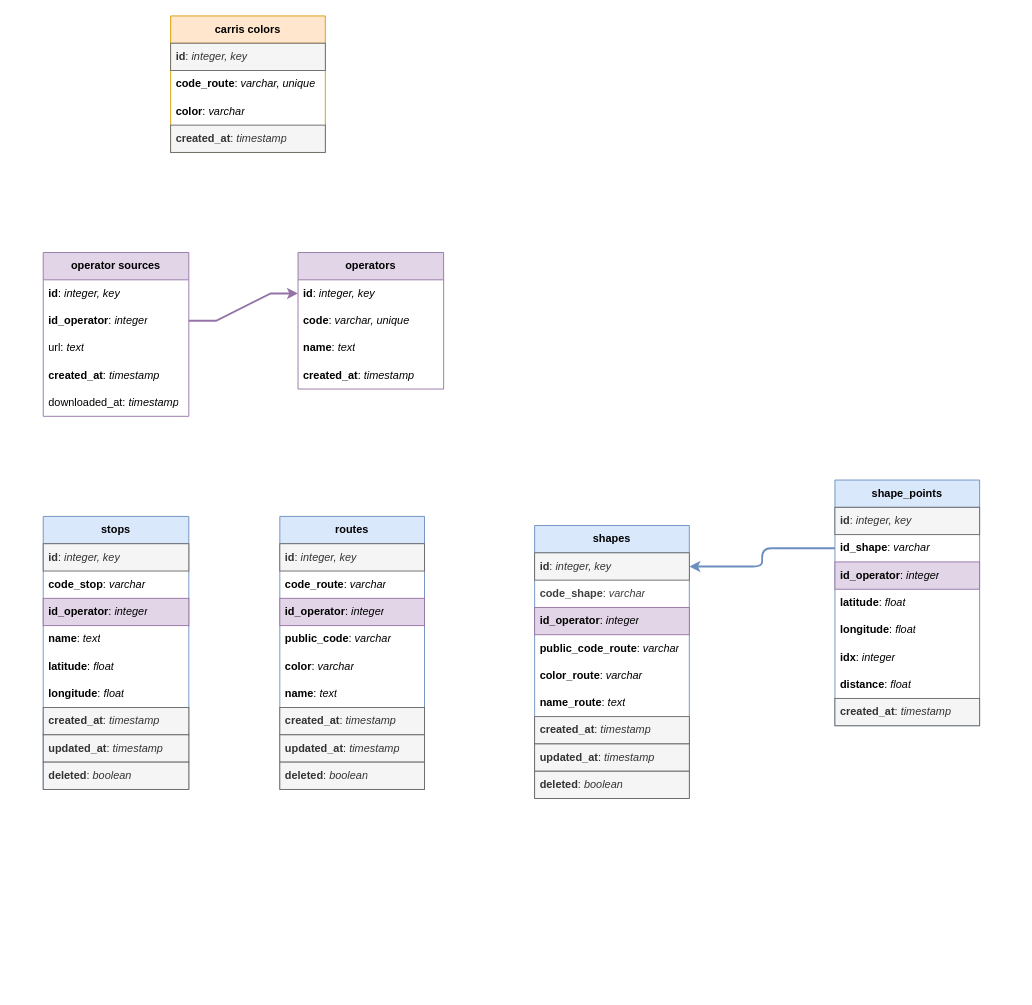
The draw.io diagram page "A Base de Dados" (3 of 3) of gtfs_diagram.drawio in TijoloAzul/TransportesPublicosPortugueses, before the edit. Source tidied: cells renumbered, new cells numbered last; positions are measured from the earlier drawing's top-left corner, leaving out a move shared by most shapes. Both pictures are drawn from the tidied source at 91%, with x=0, y=0 at pixel (43, 15).
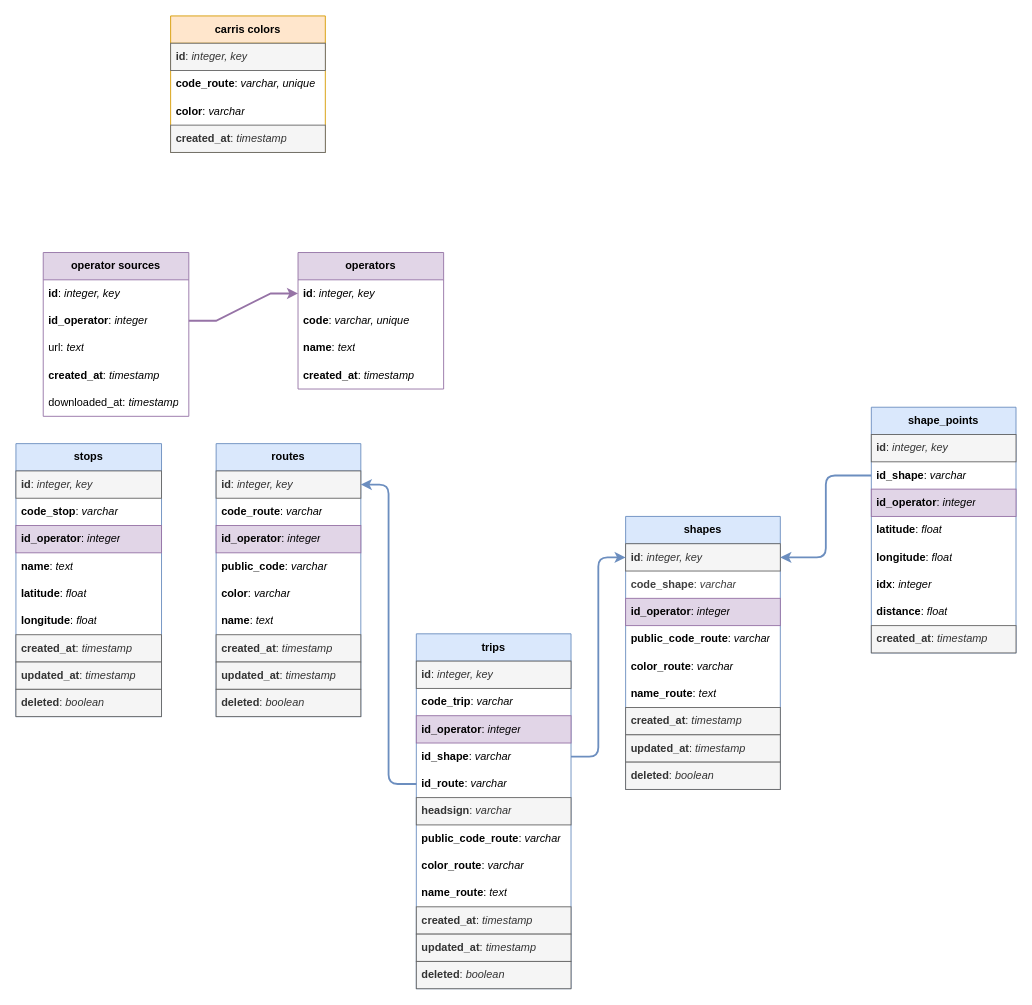
Above is the later version.

Unchanged cells that the change refers to:
```xml
<mxCell id="15" value="&lt;b&gt;id&lt;/b&gt;:&amp;nbsp;&lt;i&gt;integer, key&lt;/i&gt;" style="text;align=left;verticalAlign=middle;spacingLeft=4;spacingRight=4;overflow=hidden;points=[[0,0.5],[1,0.5]];portConstraint=eastwest;whiteSpace=wrap;html=1;fillColor=#f5f5f5;fontColor=#333333;strokeColor=#666666;" parent="14" vertex="1">
  <mxGeometry y="30" width="159" height="30" as="geometry" />
</mxCell>
<mxCell id="40" value="&lt;b&gt;id&lt;/b&gt;:&amp;nbsp;&lt;i&gt;integer, key&lt;/i&gt;" style="text;align=left;verticalAlign=middle;spacingLeft=4;spacingRight=4;overflow=hidden;points=[[0,0.5],[1,0.5]];portConstraint=eastwest;whiteSpace=wrap;html=1;fillColor=#f5f5f5;fontColor=#333333;strokeColor=#666666;" parent="39" vertex="1">
  <mxGeometry y="30" width="170" height="30" as="geometry" />
</mxCell>
```

Diff of the diagram source:
```diff
@@
     <mxCell id="14" value="&lt;b&gt;routes&lt;/b&gt;" style="swimlane;fontStyle=0;horizontal=1;startSize=30;whiteSpace=wrap;html=1;fillColor=#dae8fc;strokeColor=#6c8ebf;" parent="1" vertex="1">
-      <mxGeometry x="260" y="550" width="159" height="300" as="geometry" />
+      <mxGeometry x="190" y="470" width="159" height="300" as="geometry" />
     </mxCell>
@@
     <mxCell id="29" value="&lt;b&gt;stops&lt;/b&gt;" style="swimlane;fontStyle=0;horizontal=1;startSize=30;whiteSpace=wrap;html=1;fillColor=#dae8fc;strokeColor=#6c8ebf;" parent="1" vertex="1">
-      <mxGeometry y="550" width="160" height="300" as="geometry" />
+      <mxGeometry x="-30" y="470" width="160" height="300" as="geometry" />
     </mxCell>
@@
     <mxCell id="39" value="&lt;b&gt;shapes&lt;/b&gt;" style="swimlane;fontStyle=0;horizontal=1;startSize=30;whiteSpace=wrap;html=1;fillColor=#dae8fc;strokeColor=#6c8ebf;" parent="1" vertex="1">
-      <mxGeometry x="540" y="560" width="170" height="300" as="geometry" />
+      <mxGeometry x="640" y="550" width="170" height="300" as="geometry" />
     </mxCell>
@@
     <mxCell id="49" value="&lt;b&gt;shape_points&lt;/b&gt;" style="swimlane;fontStyle=0;horizontal=1;startSize=30;whiteSpace=wrap;html=1;fillColor=#dae8fc;strokeColor=#6c8ebf;" parent="1" vertex="1">
-      <mxGeometry x="870" y="510" width="159" height="270" as="geometry" />
+      <mxGeometry x="910" y="430" width="159" height="270" as="geometry" />
     </mxCell>
@@
+    <mxCell id="59" value="&lt;b&gt;trips&lt;/b&gt;" style="swimlane;fontStyle=0;horizontal=1;startSize=30;whiteSpace=wrap;html=1;fillColor=#dae8fc;strokeColor=#6c8ebf;" parent="1" vertex="1">
+      <mxGeometry x="410" y="679" width="170" height="390" as="geometry" />
+    </mxCell>
+    <mxCell id="60" value="&lt;b&gt;id&lt;/b&gt;:&amp;nbsp;&lt;i&gt;integer, key&lt;/i&gt;" style="text;align=left;verticalAlign=middle;spacingLeft=4;spacingRight=4;overflow=hidden;whiteSpace=wrap;html=1;fillColor=#f5f5f5;fontColor=#333333;strokeColor=#666666;" parent="59" vertex="1">
+      <mxGeometry y="30" width="170" height="30" as="geometry" />
+    </mxCell>
+    <mxCell id="61" value="&lt;b&gt;code_trip&lt;/b&gt;:&amp;nbsp;&lt;i&gt;varchar&lt;/i&gt;" style="text;align=left;verticalAlign=middle;spacingLeft=4;spacingRight=4;overflow=hidden;whiteSpace=wrap;html=1;" parent="59" vertex="1">
+      <mxGeometry y="60" width="170" height="30" as="geometry" />
+    </mxCell>
+    <mxCell id="62" value="&lt;b&gt;id_operator&lt;/b&gt;:&amp;nbsp;&lt;i&gt;integer&lt;/i&gt;" style="text;align=left;verticalAlign=middle;spacingLeft=4;spacingRight=4;overflow=hidden;whiteSpace=wrap;html=1;fillColor=#e1d5e7;strokeColor=#9673a6;" parent="59" vertex="1">
+      <mxGeometry y="90" width="170" height="30" as="geometry" />
+    </mxCell>
+    <mxCell id="63" value="&lt;b&gt;id_shape&lt;/b&gt;: &lt;i&gt;varchar&lt;/i&gt;" style="text;strokeColor=none;fillColor=none;align=left;verticalAlign=middle;spacingLeft=4;spacingRight=4;overflow=hidden;points=[[0,0.5],[1,0.5]];portConstraint=eastwest;whiteSpace=wrap;html=1;" parent="59" vertex="1">
+      <mxGeometry y="120" width="170" height="30" as="geometry" />
+    </mxCell>
+    <mxCell id="64" value="&lt;b&gt;id_route&lt;/b&gt;: &lt;i&gt;varchar&lt;/i&gt;" style="text;strokeColor=none;fillColor=none;align=left;verticalAlign=middle;spacingLeft=4;spacingRight=4;overflow=hidden;points=[[0,0.5],[1,0.5]];portConstraint=eastwest;whiteSpace=wrap;html=1;" parent="59" vertex="1">
+      <mxGeometry y="150" width="170" height="30" as="geometry" />
+    </mxCell>
+    <mxCell id="65" value="&lt;b&gt;headsign&lt;/b&gt;: &lt;i&gt;varchar&lt;/i&gt;" style="text;strokeColor=#666666;fillColor=#f5f5f5;align=left;verticalAlign=middle;spacingLeft=4;spacingRight=4;overflow=hidden;whiteSpace=wrap;html=1;fontColor=#333333;" parent="59" vertex="1">
+      <mxGeometry y="180" width="170" height="30" as="geometry" />
+    </mxCell>
+    <mxCell id="66" value="&lt;b&gt;public_code_route&lt;/b&gt;: &lt;i&gt;varchar&lt;/i&gt;" style="text;strokeColor=none;fillColor=none;align=left;verticalAlign=middle;spacingLeft=4;spacingRight=4;overflow=hidden;whiteSpace=wrap;html=1;" parent="59" vertex="1">
+      <mxGeometry y="210" width="170" height="30" as="geometry" />
+    </mxCell>
+    <mxCell id="67" value="&lt;b&gt;color_route&lt;/b&gt;: &lt;i&gt;varchar&lt;/i&gt;" style="text;strokeColor=none;fillColor=none;align=left;verticalAlign=middle;spacingLeft=4;spacingRight=4;overflow=hidden;whiteSpace=wrap;html=1;" parent="59" vertex="1">
+      <mxGeometry y="240" width="170" height="30" as="geometry" />
+    </mxCell>
+    <mxCell id="68" value="&lt;b&gt;name_route&lt;/b&gt;: &lt;i&gt;text&lt;/i&gt;" style="text;strokeColor=none;fillColor=none;align=left;verticalAlign=middle;spacingLeft=4;spacingRight=4;overflow=hidden;whiteSpace=wrap;html=1;" parent="59" vertex="1">
+      <mxGeometry y="270" width="170" height="30" as="geometry" />
+    </mxCell>
+    <mxCell id="69" value="&lt;b&gt;created_at&lt;/b&gt;: &lt;i&gt;timestamp&lt;/i&gt;" style="text;strokeColor=#666666;fillColor=#f5f5f5;align=left;verticalAlign=middle;spacingLeft=4;spacingRight=4;overflow=hidden;whiteSpace=wrap;html=1;fontColor=#333333;" parent="59" vertex="1">
+      <mxGeometry y="300" width="170" height="30" as="geometry" />
+    </mxCell>
+    <mxCell id="70" value="&lt;b&gt;updated_at&lt;/b&gt;: &lt;i&gt;timestamp&lt;/i&gt;" style="text;strokeColor=#666666;fillColor=#f5f5f5;align=left;verticalAlign=middle;spacingLeft=4;spacingRight=4;overflow=hidden;whiteSpace=wrap;html=1;fontColor=#333333;" parent="59" vertex="1">
+      <mxGeometry y="330" width="170" height="30" as="geometry" />
+    </mxCell>
+    <mxCell id="71" value="&lt;b&gt;deleted&lt;/b&gt;: &lt;i&gt;boolean&lt;/i&gt;" style="text;strokeColor=#666666;fillColor=#f5f5f5;align=left;verticalAlign=middle;spacingLeft=4;spacingRight=4;overflow=hidden;whiteSpace=wrap;html=1;fontColor=#333333;" parent="59" vertex="1">
+      <mxGeometry y="360" width="170" height="30" as="geometry" />
+    </mxCell>
+    <mxCell id="72" style="edgeStyle=orthogonalEdgeStyle;shape=connector;rounded=1;html=1;strokeColor=#6c8ebf;strokeWidth=2;align=center;verticalAlign=middle;fontFamily=Helvetica;fontSize=11;fontColor=default;labelBackgroundColor=default;endArrow=classic;fillColor=#dae8fc;" parent="1" edge="1" source="63" target="40">
+      <mxGeometry relative="1" as="geometry" />
+    </mxCell>
+    <mxCell id="73" style="edgeStyle=orthogonalEdgeStyle;shape=connector;rounded=1;html=1;strokeColor=#6c8ebf;strokeWidth=2;align=center;verticalAlign=middle;fontFamily=Helvetica;fontSize=11;fontColor=default;labelBackgroundColor=default;endArrow=classic;fillColor=#dae8fc;" parent="1" edge="1" source="64" target="15">
+      <mxGeometry relative="1" as="geometry" />
+    </mxCell>
```
